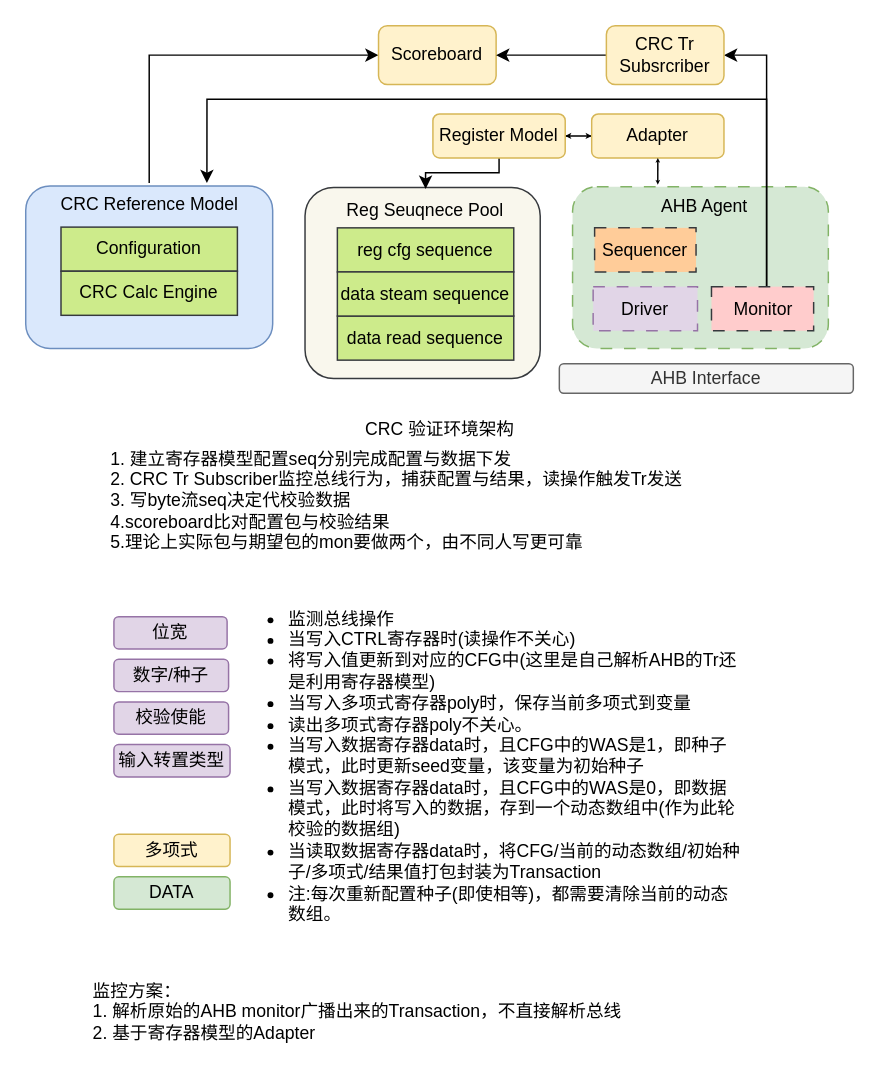
Above: page "CRC标准环境" (3 of 3) of drawio/crc.drawio in iceyxy/flow-chart-drawio (draw.io), before the change. Source tidied: cells renumbered, new cells numbered last; positions are measured from the earlier drawing's top-left corner, leaving out a move shared by most shapes. Both pictures are drawn from the tidied source at 147%, with x=0, y=0 at pixel (25, 25).
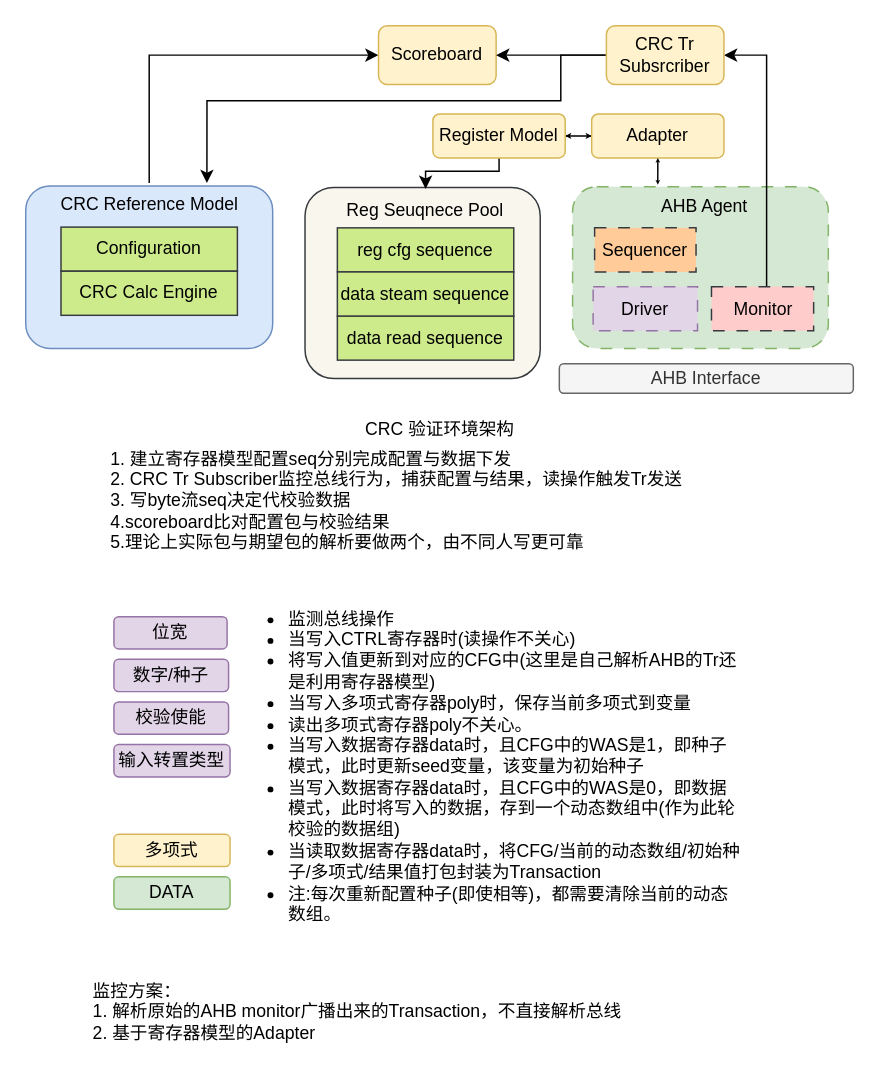
The same page after the edit.

The change refers to these unchanged cells:
```xml
<mxCell id="7" value="CRC Reference Model" style="text;strokeColor=none;align=center;fillColor=none;html=1;verticalAlign=middle;whiteSpace=wrap;rounded=0;" parent="1" vertex="1">
  <mxGeometry x="5.5" y="107" width="157" height="30" as="geometry" />
</mxCell>
<mxCell id="12" value="Monitor" style="rounded=0;whiteSpace=wrap;html=1;dashed=1;dashPattern=8 8;fillColor=#ffcccc;strokeColor=#36393d;" parent="1" vertex="1">
  <mxGeometry x="466.5" y="177.5" width="69.5" height="30" as="geometry" />
</mxCell>
<mxCell id="15" value="Reg Seuqnece Pool" style="text;strokeColor=none;align=center;fillColor=none;html=1;verticalAlign=middle;whiteSpace=wrap;rounded=0;" parent="1" vertex="1">
  <mxGeometry x="197" y="111" width="150" height="30" as="geometry" />
</mxCell>
<mxCell id="20" value="Register Model" style="rounded=1;whiteSpace=wrap;html=1;fillColor=#fff2cc;strokeColor=#d6b656;" parent="1" vertex="1">
  <mxGeometry x="277" y="60" width="90" height="30" as="geometry" />
</mxCell>
<mxCell id="26" value="CRC Tr&lt;div&gt;Subsrcriber&lt;/div&gt;" style="rounded=1;whiteSpace=wrap;html=1;fillColor=#fff2cc;strokeColor=#d6b656;" parent="1" vertex="1">
  <mxGeometry x="395" width="80" height="40" as="geometry" />
</mxCell>
```

Change to the diagram source:
```diff
@@
-    <mxCell id="11" style="edgeStyle=orthogonalEdgeStyle;rounded=0;jettySize=auto;html=1;entryX=0.75;entryY=0;entryDx=0;entryDy=0;" parent="1" edge="1" source="12" target="7">
-      <mxGeometry relative="1" as="geometry">
-        <Array as="points">
-          <mxPoint x="504" y="50" />
-          <mxPoint x="123" y="50" />
-        </Array>
-      </mxGeometry>
-    </mxCell>
@@
     <mxCell id="19" style="edgeStyle=orthogonalEdgeStyle;rounded=0;jettySize=auto;html=1;entryX=0.5;entryY=0;entryDx=0;entryDy=0;" parent="1" edge="1" source="20" target="15">
       <mxGeometry relative="1" as="geometry">
         <Array as="points">
-          <mxPoint x="322" y="100" />
-          <mxPoint x="272" y="100" />
+          <mxPoint x="322" y="99" />
+          <mxPoint x="272" y="99" />
         </Array>
       </mxGeometry>
     </mxCell>
@@
+    <mxCell id="38" style="edgeStyle=orthogonalEdgeStyle;rounded=0;jettySize=auto;html=1;entryX=0.75;entryY=0;entryDx=0;entryDy=0;" parent="1" edge="1" source="26" target="7">
+      <mxGeometry relative="1" as="geometry">
+        <Array as="points">
+          <mxPoint x="364" y="20" />
+          <mxPoint x="364" y="51" />
+          <mxPoint x="123" y="51" />
+        </Array>
+      </mxGeometry>
+    </mxCell>
@@
-    <mxCell id="28" value="&lt;span style=&quot;background-color: transparent; color: light-dark(rgb(0, 0, 0), rgb(255, 255, 255));&quot;&gt;1. 建立寄存器模型配置seq分别完成配置与数据下发&lt;/span&gt;&lt;div&gt;2. CRC Tr Subscriber监控总线行为，捕获配置与结果，读操作触发Tr发送&lt;/div&gt;&lt;div&gt;&lt;span style=&quot;background-color: transparent; color: light-dark(rgb(0, 0, 0), rgb(255, 255, 255));&quot;&gt;3. 写byte流seq决定代校验数据&lt;br&gt;&lt;/span&gt;&lt;/div&gt;&lt;div&gt;&lt;span style=&quot;background-color: transparent; color: light-dark(rgb(0, 0, 0), rgb(255, 255, 255));&quot;&gt;4.scoreboard比对配置包与校验结果&lt;/span&gt;&lt;/div&gt;&lt;div&gt;&lt;span style=&quot;background-color: transparent; color: light-dark(rgb(0, 0, 0), rgb(255, 255, 255));&quot;&gt;5.理论上实际包与期望包的mon要做两个，由不同人写更可靠&lt;/span&gt;&lt;/div&gt;" style="text;html=1;whiteSpace=wrap;strokeColor=none;fillColor=none;align=left;verticalAlign=middle;rounded=0;" parent="1" vertex="1">
+    <mxCell id="28" value="&lt;span style=&quot;background-color: transparent; color: light-dark(rgb(0, 0, 0), rgb(255, 255, 255));&quot;&gt;1. 建立寄存器模型配置seq分别完成配置与数据下发&lt;/span&gt;&lt;div&gt;2. CRC Tr Subscriber监控总线行为，捕获配置与结果，读操作触发Tr发送&lt;/div&gt;&lt;div&gt;&lt;span style=&quot;background-color: transparent; color: light-dark(rgb(0, 0, 0), rgb(255, 255, 255));&quot;&gt;3. 写byte流seq决定代校验数据&lt;br&gt;&lt;/span&gt;&lt;/div&gt;&lt;div&gt;&lt;span style=&quot;background-color: transparent; color: light-dark(rgb(0, 0, 0), rgb(255, 255, 255));&quot;&gt;4.scoreboard比对配置包与校验结果&lt;/span&gt;&lt;/div&gt;&lt;div&gt;&lt;span style=&quot;background-color: transparent; color: light-dark(rgb(0, 0, 0), rgb(255, 255, 255));&quot;&gt;5.理论上实际包与期望包的解析要做两个，由不同人写更可靠&lt;/span&gt;&lt;/div&gt;" style="text;html=1;whiteSpace=wrap;strokeColor=none;fillColor=none;align=left;verticalAlign=middle;rounded=0;" parent="1" vertex="1">
       <mxGeometry x="56" y="308" width="400" height="30" as="geometry" />
     </mxCell>
```
